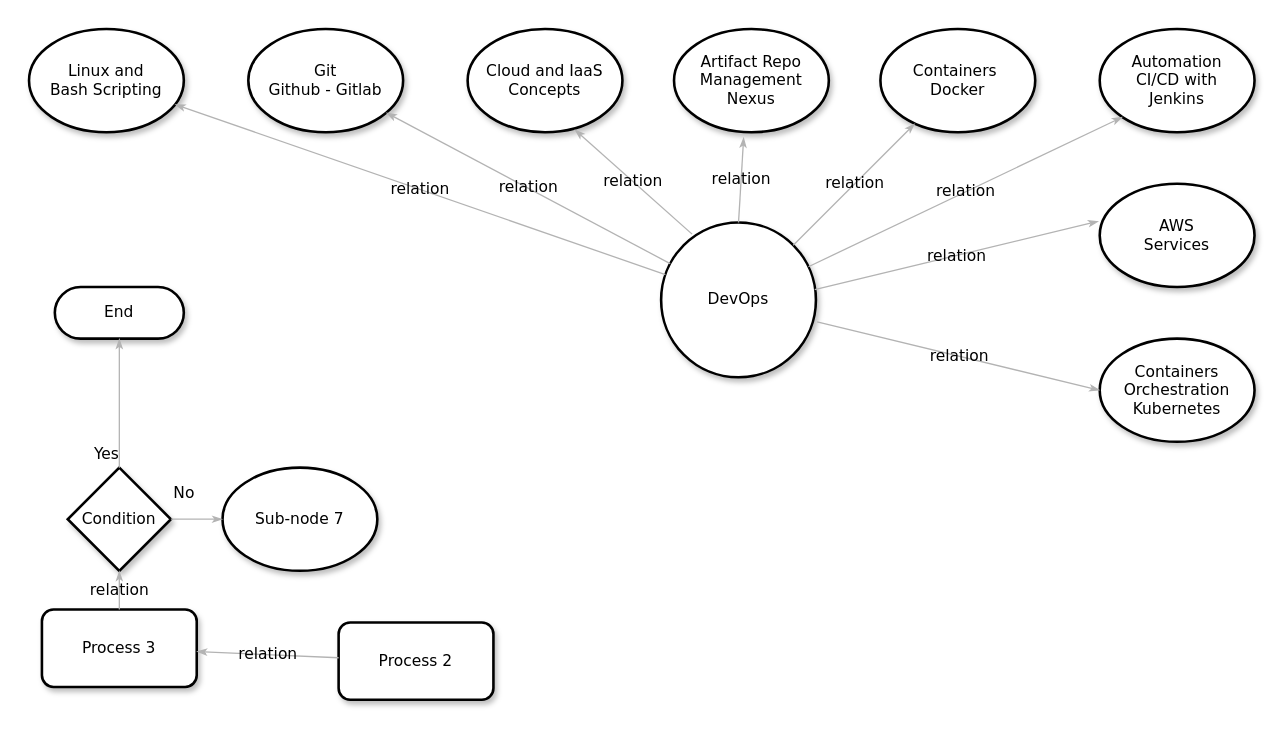
Before: wk01-DevOps-concept/DevOps-bootcamp.drawio in mduenas58/DevOpsTraining, a draw.io diagram. Source tidied: cells renumbered, new cells numbered last; positions are measured from the earlier drawing's top-left corner, leaving out a move shared by most shapes. Both pictures are drawn from the tidied source at 129%, with x=0, y=0 at pixel (28, 28).
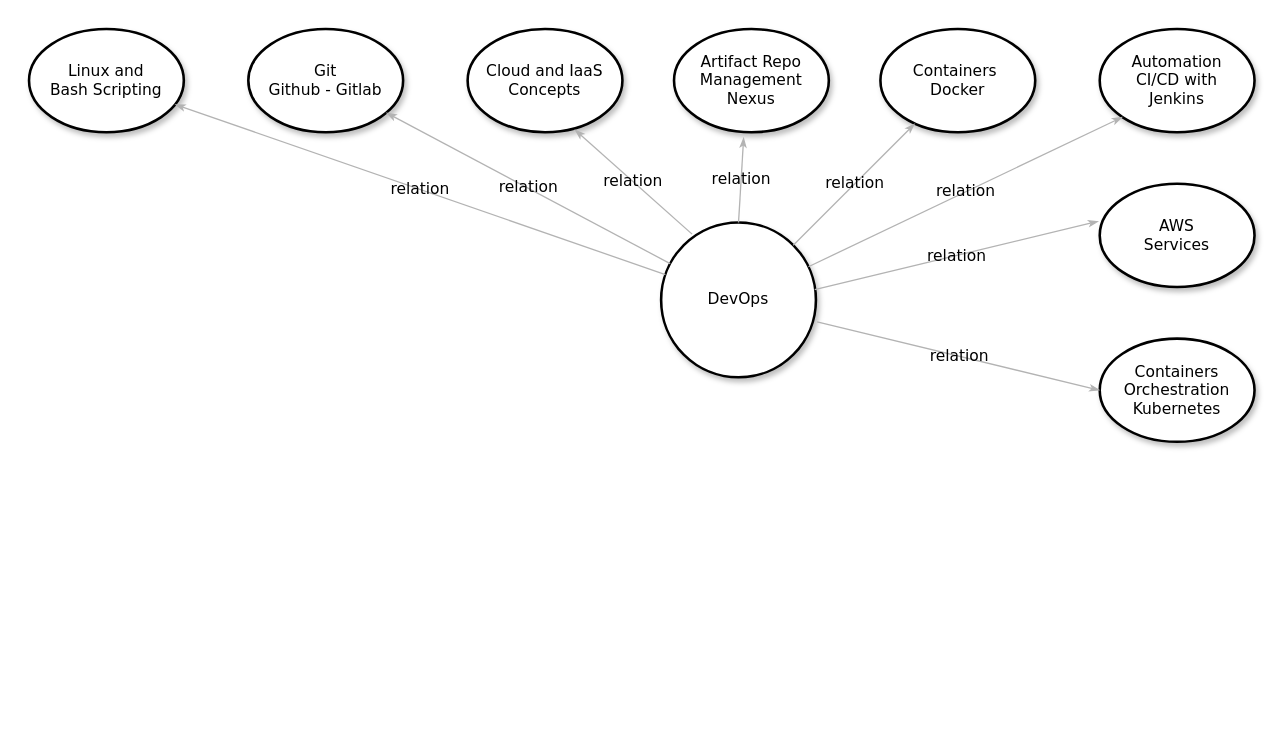
Above is the later version.

Diff of the diagram source:
```diff
@@
-    <mxCell id="8" value="End" style="whiteSpace=wrap;html=1;rounded=1;shadow=1;comic=0;labelBackgroundColor=none;strokeWidth=2;fontFamily=Verdana;fontSize=12;align=center;arcSize=50;" parent="1" vertex="1">
-      <mxGeometry x="20" y="200" width="100" height="40" as="geometry" />
-    </mxCell>
-    <mxCell id="9" value="Condition" style="rhombus;whiteSpace=wrap;html=1;rounded=0;shadow=1;comic=0;labelBackgroundColor=none;strokeWidth=2;fontFamily=Verdana;fontSize=12;align=center;" parent="1" vertex="1">
-      <mxGeometry x="30" y="340" width="80" height="80" as="geometry" />
-    </mxCell>
-    <mxCell id="10" value="&lt;span&gt;Process 3&lt;/span&gt;" style="rounded=1;whiteSpace=wrap;html=1;shadow=1;comic=0;labelBackgroundColor=none;strokeWidth=2;fontFamily=Verdana;fontSize=12;align=center;" parent="1" vertex="1">
-      <mxGeometry x="10" y="450" width="120" height="60" as="geometry" />
-    </mxCell>
-    <mxCell id="11" value="Process 2" style="rounded=1;whiteSpace=wrap;html=1;shadow=1;comic=0;labelBackgroundColor=none;strokeWidth=2;fontFamily=Verdana;fontSize=12;align=center;" parent="1" vertex="1">
-      <mxGeometry x="240" y="460" width="120" height="60" as="geometry" />
-    </mxCell>
@@
-    <mxCell id="15" value="relation" style="edgeStyle=none;rounded=1;html=1;labelBackgroundColor=none;startArrow=none;startFill=0;startSize=5;endArrow=classicThin;endFill=1;endSize=5;jettySize=auto;strokeColor=#B3B3B3;strokeWidth=1;fontFamily=Verdana;fontSize=12;" parent="1" edge="1" source="11" target="10">
-      <mxGeometry relative="1" as="geometry" />
-    </mxCell>
-    <mxCell id="16" value="relation" style="edgeStyle=none;rounded=1;html=1;labelBackgroundColor=none;startArrow=none;startFill=0;startSize=5;endArrow=classicThin;endFill=1;endSize=5;jettySize=auto;strokeColor=#B3B3B3;strokeWidth=1;fontFamily=Verdana;fontSize=12;" parent="1" edge="1" source="10" target="9">
-      <mxGeometry relative="1" as="geometry" />
-    </mxCell>
-    <mxCell id="17" value="Yes" style="edgeStyle=none;rounded=1;html=1;labelBackgroundColor=none;startArrow=none;startFill=0;startSize=5;endArrow=classicThin;endFill=1;endSize=5;jettySize=auto;strokeColor=#B3B3B3;strokeWidth=1;fontFamily=Verdana;fontSize=12;" parent="1" edge="1" source="9" target="8">
-      <mxGeometry x="-0.79" y="10" relative="1" as="geometry" />
-    </mxCell>
@@
-    <mxCell id="19" value="&lt;span&gt;Sub-node 7&lt;/span&gt;" style="ellipse;whiteSpace=wrap;html=1;rounded=1;shadow=1;comic=0;labelBackgroundColor=none;strokeWidth=2;fontFamily=Verdana;fontSize=12;align=center;" parent="1" vertex="1">
-      <mxGeometry x="150" y="340" width="120" height="80" as="geometry" />
-    </mxCell>
-    <mxCell id="20" value="No" style="edgeStyle=none;rounded=1;html=1;labelBackgroundColor=none;startArrow=none;startFill=0;startSize=5;endArrow=classicThin;endFill=1;endSize=5;jettySize=auto;strokeColor=#B3B3B3;strokeWidth=1;fontFamily=Verdana;fontSize=12;" parent="1" edge="1" source="9" target="19">
-      <mxGeometry x="-0.5" y="20" relative="1" as="geometry" />
-    </mxCell>
```
